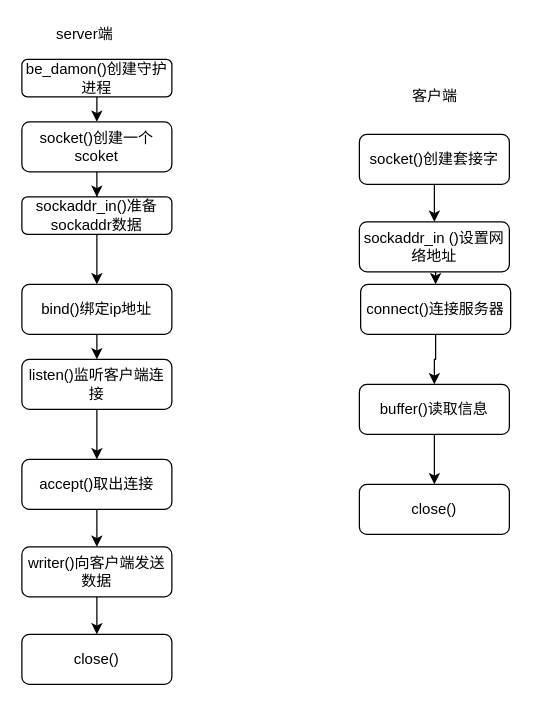
Before: tcp流程图.drawio in qi2538413679/qi2538413679, a draw.io diagram. Source tidied: cells renumbered, new cells numbered last; positions are measured from the earlier drawing's top-left corner, leaving out a move shared by most shapes. Both pictures are drawn from the tidied source at 125%, with x=0, y=0 at pixel (21, 21).
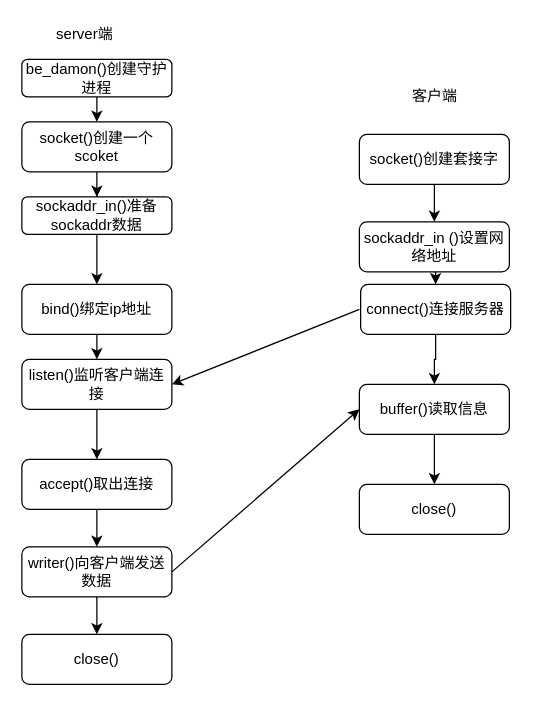
Above is the later version.

Commit message (it also covers changes not shown here):
更新tcp流程图.drawio

Unchanged cells that the change refers to:
```xml
<mxCell id="6" value="listen()监听客户端连接" style="rounded=1;whiteSpace=wrap;html=1;fontSize=12;glass=0;strokeWidth=1;shadow=0;" parent="1" vertex="1">
  <mxGeometry y="270" width="120" height="40" as="geometry" />
</mxCell>
<mxCell id="10" value="writer()向客户端发送数据" style="rounded=1;whiteSpace=wrap;html=1;fontSize=12;glass=0;strokeWidth=1;shadow=0;" parent="1" vertex="1">
  <mxGeometry y="420" width="120" height="40" as="geometry" />
</mxCell>
<mxCell id="19" value="buffer()读取信息" style="rounded=1;whiteSpace=wrap;html=1;fontSize=12;glass=0;strokeWidth=1;shadow=0;" parent="1" vertex="1">
  <mxGeometry x="270" y="290" width="120" height="40" as="geometry" />
</mxCell>
```

The edit, as a diff of the source:
```diff
@@
+    <mxCell id="28" style="endArrow=classic;html=1;rounded=0;entryX=1;entryY=0.5;entryDx=0;entryDy=0;" parent="1" edge="1" target="6">
+      <mxGeometry relative="1" as="geometry">
+        <mxPoint x="270" y="230" as="sourcePoint" />
+      </mxGeometry>
+    </mxCell>
+    <mxCell id="29" style="endArrow=classic;html=1;rounded=0;exitX=1;exitY=0.5;exitDx=0;exitDy=0;entryX=0;entryY=0.5;entryDx=0;entryDy=0;" parent="1" edge="1" source="10" target="19">
+      <mxGeometry relative="1" as="geometry" />
+    </mxCell>
```
